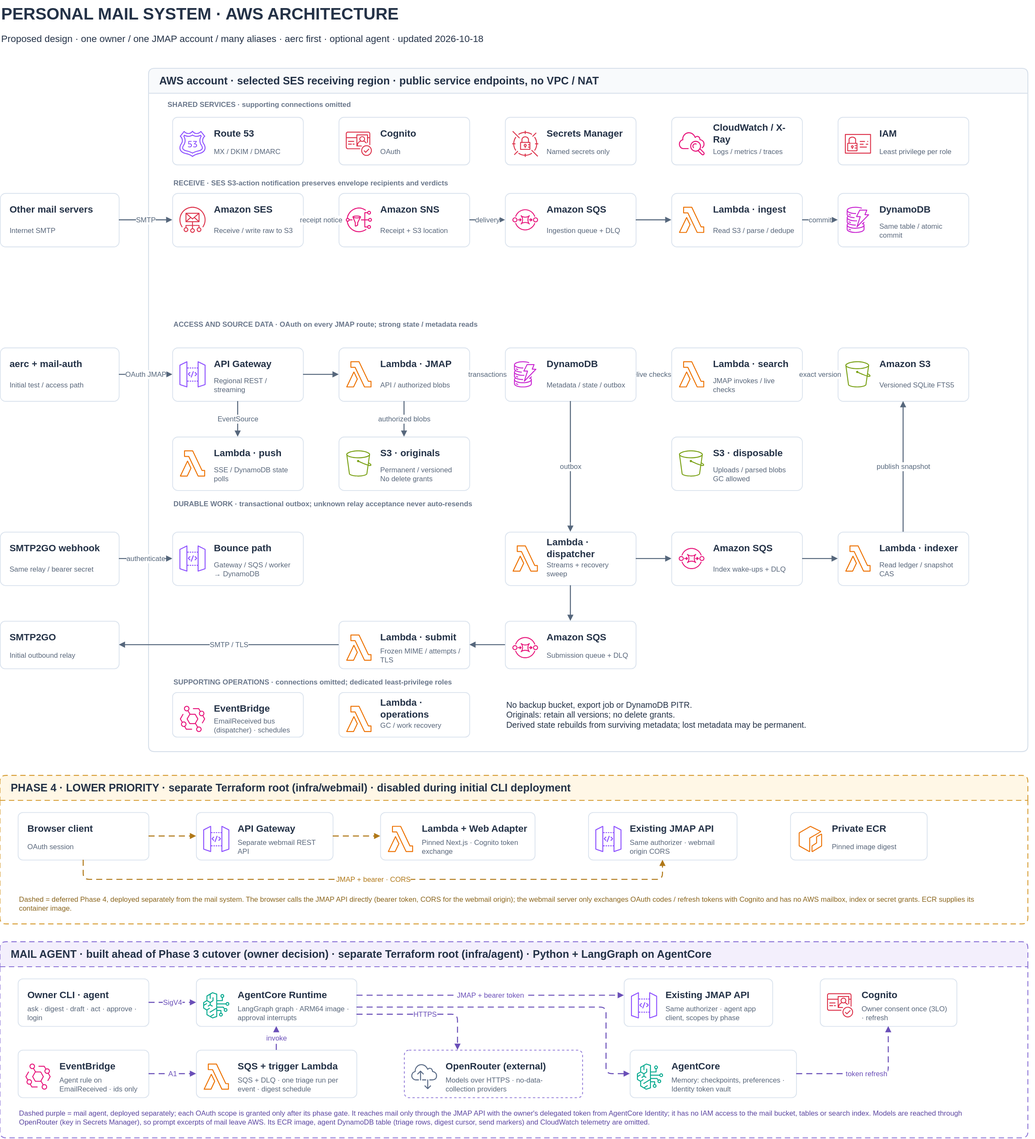
Before: docs/diagrams/aws-mail-system.drawio.svg, a diagram exported from draw.io (zero11-0203/s3mail). Source tidied: cells renumbered, new cells last; positions are measured from the earlier drawing's top-left corner, leaving out a move shared by most shapes.
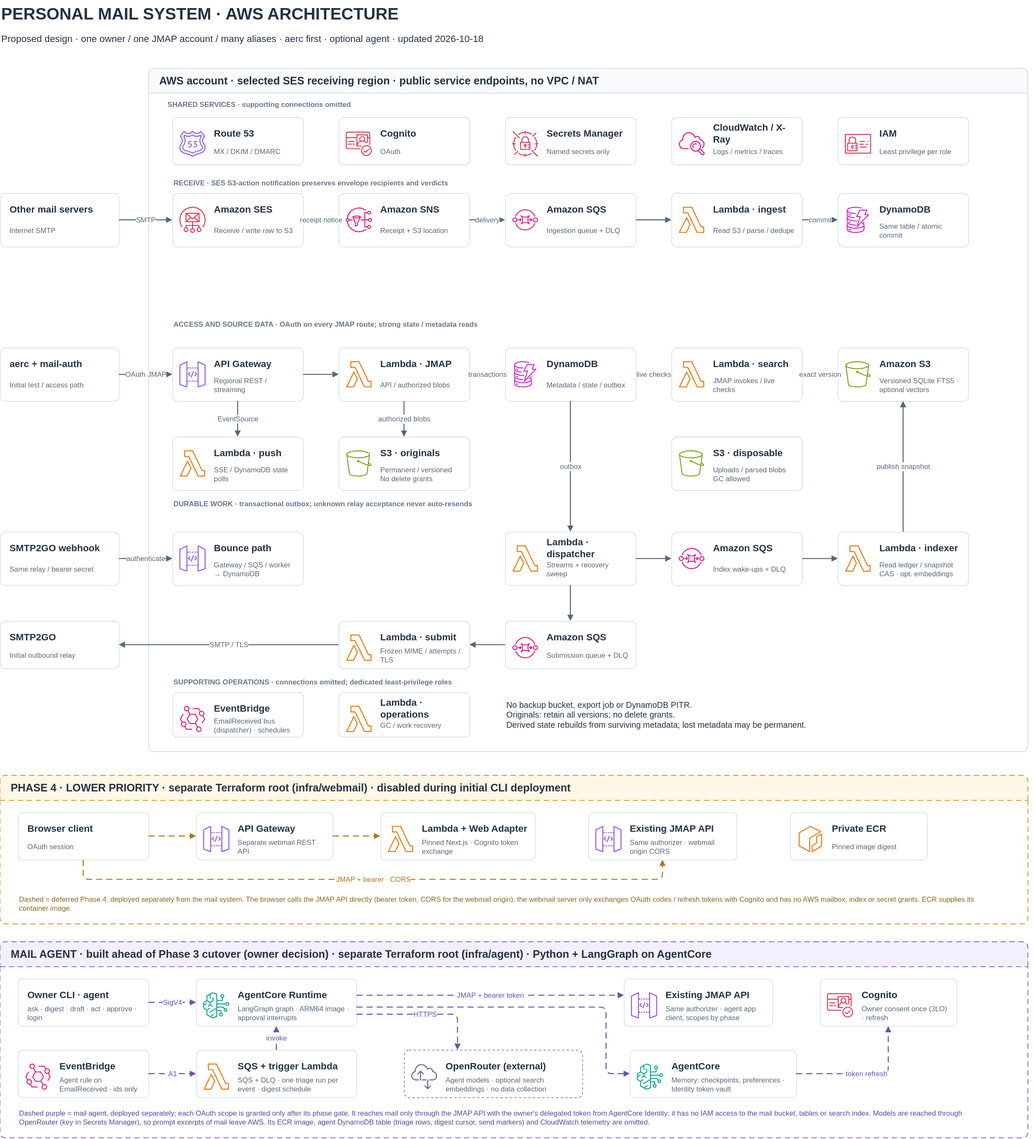
Later version of the same file.

What changed in the source:
```diff
@@ -209,7 +209,7 @@
     <mxCell id="70" value="Amazon S3" style="whiteSpace=wrap;fontFamily=Helvetica;fontColor=#243247;text;strokeColor=none;fillColor=none;align=left;verticalAlign=middle;fontSize=16;fontColor=#243247;fontStyle=1;html=1;" parent="68" vertex="1">
       <mxGeometry x="68" y="12" width="142" height="30" as="geometry" />
     </mxCell>
-    <mxCell id="71" value="Versioned SQLite FTS5" style="whiteSpace=wrap;fontFamily=Helvetica;fontColor=#243247;text;strokeColor=none;fillColor=none;align=left;verticalAlign=middle;fontSize=12;fontColor=#59677B;fontStyle=0;html=1;" parent="68" vertex="1">
+    <mxCell id="71" value="Versioned SQLite FTS5 · optional vectors" style="whiteSpace=wrap;fontFamily=Helvetica;fontColor=#243247;text;strokeColor=none;fillColor=none;align=left;verticalAlign=middle;fontSize=12;fontColor=#59677B;fontStyle=0;html=1;" parent="68" vertex="1">
       <mxGeometry x="68" y="42" width="142" height="42" as="geometry" />
     </mxCell>
     <mxCell id="72" style="whiteSpace=wrap;fontFamily=Helvetica;fontColor=#243247;rounded=1;arcSize=10;strokeColor=#D9E2ED;fillColor=#FFFFFF;strokeWidth=1.3;html=1;" parent="4" vertex="1">
@@ -272,7 +272,7 @@
     <mxCell id="91" value="Lambda · indexer" style="whiteSpace=wrap;fontFamily=Helvetica;fontColor=#243247;text;strokeColor=none;fillColor=none;align=left;verticalAlign=middle;fontSize=16;fontColor=#243247;fontStyle=1;html=1;" parent="89" vertex="1">
       <mxGeometry x="68" y="12" width="142" height="30" as="geometry" />
     </mxCell>
-    <mxCell id="92" value="Read ledger / snapshot CAS" style="whiteSpace=wrap;fontFamily=Helvetica;fontColor=#243247;text;strokeColor=none;fillColor=none;align=left;verticalAlign=middle;fontSize=12;fontColor=#59677B;fontStyle=0;html=1;" parent="89" vertex="1">
+    <mxCell id="92" value="Read ledger / snapshot CAS · opt. embeddings" style="whiteSpace=wrap;fontFamily=Helvetica;fontColor=#243247;text;strokeColor=none;fillColor=none;align=left;verticalAlign=middle;fontSize=12;fontColor=#59677B;fontStyle=0;html=1;" parent="89" vertex="1">
       <mxGeometry x="68" y="42" width="142" height="42" as="geometry" />
     </mxCell>
     <mxCell id="93" style="whiteSpace=wrap;fontFamily=Helvetica;fontColor=#243247;rounded=1;arcSize=10;strokeColor=#D9E2ED;fillColor=#FFFFFF;strokeWidth=1.3;html=1;" parent="4" vertex="1">
@@ -607,7 +607,7 @@
     <mxCell id="201" value="OpenRouter (external)" style="whiteSpace=wrap;fontFamily=Helvetica;fontColor=#243247;text;strokeColor=none;fillColor=none;align=left;verticalAlign=middle;fontSize=16;fontColor=#243247;fontStyle=1;html=1;" parent="199" vertex="1">
       <mxGeometry x="68" y="12" width="222" height="30" as="geometry" />
     </mxCell>
-    <mxCell id="202" value="Models over HTTPS · no-data-collection providers" style="whiteSpace=wrap;fontFamily=Helvetica;fontColor=#243247;text;strokeColor=none;fillColor=none;align=left;verticalAlign=middle;fontSize=12;fontColor=#59677B;fontStyle=0;html=1;" parent="199" vertex="1">
+    <mxCell id="202" value="Agent models · optional search embeddings · no data collection" style="whiteSpace=wrap;fontFamily=Helvetica;fontColor=#243247;text;strokeColor=none;fillColor=none;align=left;verticalAlign=middle;fontSize=12;fontColor=#59677B;fontStyle=0;html=1;" parent="199" vertex="1">
       <mxGeometry x="68" y="42" width="202" height="32" as="geometry" />
     </mxCell>
     <mxCell id="203" value="SigV4" style="edgeStyle=orthogonalEdgeStyle;rounded=1;html=1;endArrow=block;endFill=1;strokeColor=#6A4FB8;strokeWidth=1.7;fontFamily=Helvetica;fontSize=12;fontColor=#6A4FB8;labelBackgroundColor=#FFFFFF;dashed=1;dashPattern=6 4;" parent="171" edge="1" source="172" target="175">
```
